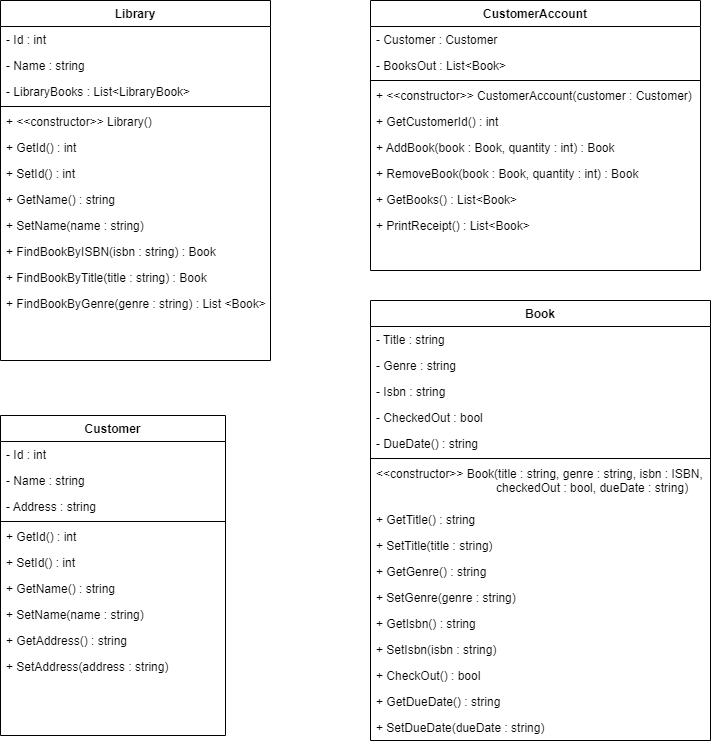
The draw.io diagram Courses/PROG1075 - Structured Project II/Modules/Module 3 - Classes and Objects  A Deeper Look/UML/A3-1-Class-Diagram.png in RyanLBuchanan/Software-Technology, before a commit. Source tidied: cells renumbered, new cells last; positions are measured from the earlier drawing's top-left corner, leaving out a move shared by most shapes.
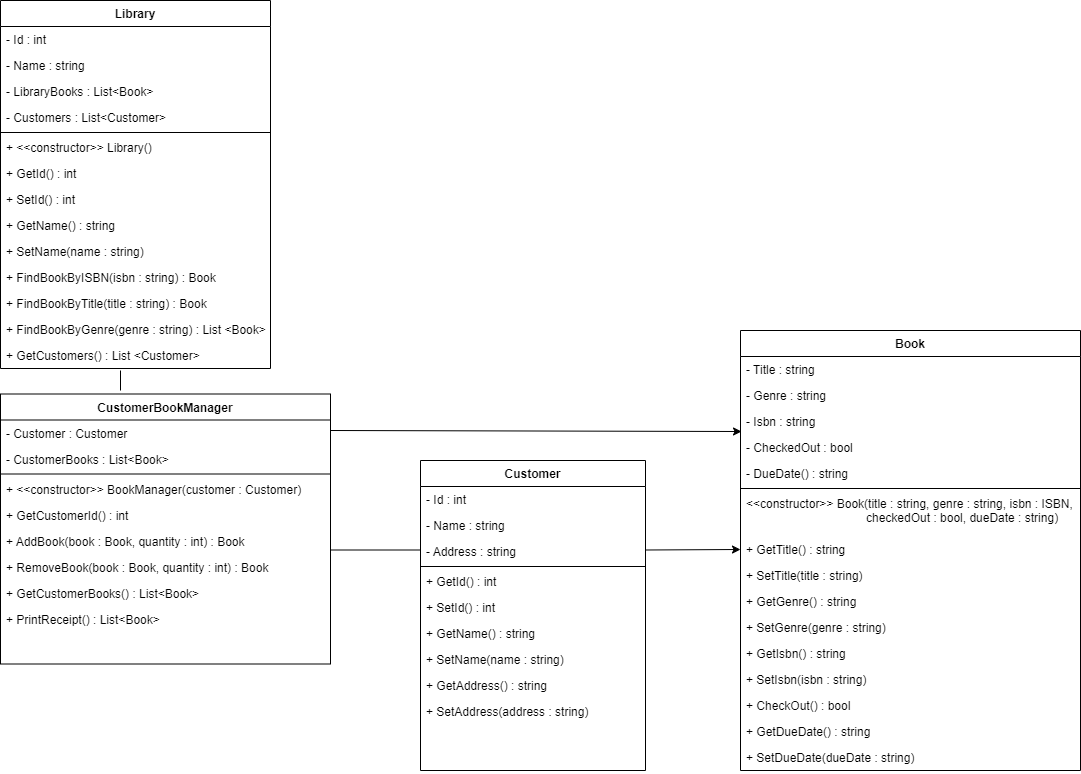
Later version of the same file.

The edit, as a diff of the source:
```diff
@@ -3,7 +3,7 @@
     <mxCell id="0" />
     <mxCell id="1" parent="0" />
     <mxCell id="2" value="Library" style="swimlane;fontStyle=1;align=center;verticalAlign=top;horizontal=1;startSize=26;rounded=0;shadow=0;strokeWidth=1;" parent="1" vertex="1">
-      <mxGeometry width="270" height="360" as="geometry" />
+      <mxGeometry y="10" width="270" height="368" as="geometry" />
     </mxCell>
     <mxCell id="3" value="- Id : int" style="text;align=left;verticalAlign=top;spacingLeft=4;spacingRight=4;overflow=hidden;" parent="2" vertex="1">
       <mxGeometry y="26" width="270" height="26" as="geometry" />
@@ -11,49 +11,61 @@
     <mxCell id="4" value="- Name : string" style="text;align=left;verticalAlign=top;spacingLeft=4;spacingRight=4;overflow=hidden;rounded=0;shadow=0;html=0;" parent="2" vertex="1">
       <mxGeometry y="52" width="270" height="26" as="geometry" />
     </mxCell>
-    <mxCell id="5" value="- LibraryBooks : List&lt;LibraryBook&gt;" style="text;align=left;verticalAlign=top;spacingLeft=4;spacingRight=4;overflow=hidden;rounded=0;shadow=0;html=0;" parent="2" vertex="1">
+    <mxCell id="5" value="- LibraryBooks : List&lt;Book&gt;" style="text;align=left;verticalAlign=top;spacingLeft=4;spacingRight=4;overflow=hidden;rounded=0;shadow=0;html=0;" parent="2" vertex="1">
       <mxGeometry y="78" width="270" height="26" as="geometry" />
     </mxCell>
+    <mxCell id="53" value="- Customers : List&lt;Customer&gt;" style="text;align=left;verticalAlign=top;spacingLeft=4;spacingRight=4;overflow=hidden;rounded=0;shadow=0;html=0;" parent="2" vertex="1">
+      <mxGeometry y="104" width="270" height="26" as="geometry" />
+    </mxCell>
     <mxCell id="6" style="line;html=1;strokeWidth=1;align=left;verticalAlign=middle;spacingTop=-1;spacingLeft=3;spacingRight=3;labelPosition=right;" parent="2" vertex="1">
-      <mxGeometry y="104" width="270" height="4" as="geometry" />
+      <mxGeometry y="130" width="270" height="4" as="geometry" />
     </mxCell>
     <mxCell id="7" value="+ &lt;&lt;constructor&gt;&gt; Library()" style="text;align=left;verticalAlign=top;spacingLeft=4;spacingRight=4;overflow=hidden;fontStyle=0;" parent="2" vertex="1">
-      <mxGeometry y="108" width="270" height="26" as="geometry" />
+      <mxGeometry y="134" width="270" height="26" as="geometry" />
     </mxCell>
     <mxCell id="8" value="+ GetId() : int" style="text;align=left;verticalAlign=top;spacingLeft=4;spacingRight=4;overflow=hidden;" parent="2" vertex="1">
-      <mxGeometry y="134" width="270" height="26" as="geometry" />
+      <mxGeometry y="160" width="270" height="26" as="geometry" />
     </mxCell>
     <mxCell id="9" value="+ SetId() : int" style="text;align=left;verticalAlign=top;spacingLeft=4;spacingRight=4;overflow=hidden;" parent="2" vertex="1">
-      <mxGeometry y="160" width="270" height="26" as="geometry" />
+      <mxGeometry y="186" width="270" height="26" as="geometry" />
     </mxCell>
     <mxCell id="10" value="+ GetName() : string" style="text;align=left;verticalAlign=top;spacingLeft=4;spacingRight=4;overflow=hidden;" parent="2" vertex="1">
-      <mxGeometry y="186" width="270" height="26" as="geometry" />
+      <mxGeometry y="212" width="270" height="26" as="geometry" />
     </mxCell>
     <mxCell id="11" value="+ SetName(name : string) " style="text;align=left;verticalAlign=top;spacingLeft=4;spacingRight=4;overflow=hidden;" parent="2" vertex="1">
-      <mxGeometry y="212" width="270" height="26" as="geometry" />
+      <mxGeometry y="238" width="270" height="26" as="geometry" />
     </mxCell>
     <mxCell id="12" value="+ FindBookByISBN(isbn : string) : Book " style="text;align=left;verticalAlign=top;spacingLeft=4;spacingRight=4;overflow=hidden;" parent="2" vertex="1">
-      <mxGeometry y="238" width="270" height="26" as="geometry" />
+      <mxGeometry y="264" width="270" height="26" as="geometry" />
     </mxCell>
     <mxCell id="13" value="+ FindBookByTitle(title : string) : Book " style="text;align=left;verticalAlign=top;spacingLeft=4;spacingRight=4;overflow=hidden;" parent="2" vertex="1">
-      <mxGeometry y="264" width="270" height="26" as="geometry" />
+      <mxGeometry y="290" width="270" height="26" as="geometry" />
     </mxCell>
     <mxCell id="14" value="+ FindBookByGenre(genre : string) : List &lt;Book&gt;" style="text;align=left;verticalAlign=top;spacingLeft=4;spacingRight=4;overflow=hidden;" parent="2" vertex="1">
-      <mxGeometry y="290" width="270" height="26" as="geometry" />
+      <mxGeometry y="316" width="270" height="26" as="geometry" />
     </mxCell>
+    <mxCell id="54" value="+ GetCustomers() : List &lt;Customer&gt;" style="text;align=left;verticalAlign=top;spacingLeft=4;spacingRight=4;overflow=hidden;" parent="2" vertex="1">
+      <mxGeometry y="342" width="270" height="26" as="geometry" />
+    </mxCell>
+    <mxCell id="55" style="endArrow=none;html=1;rounded=0;" parent="2" edge="1">
+      <mxGeometry relative="1" as="geometry">
+        <mxPoint x="120" y="390" as="sourcePoint" />
+        <mxPoint x="120" y="370" as="targetPoint" />
+      </mxGeometry>
+    </mxCell>
-    <mxCell id="15" value="CustomerAccount" style="swimlane;fontStyle=1;align=center;verticalAlign=top;horizontal=1;startSize=26;rounded=0;shadow=0;strokeWidth=1;" parent="1" vertex="1">
-      <mxGeometry x="370" width="330" height="270" as="geometry" />
+    <mxCell id="15" value="CustomerBookManager" style="swimlane;fontStyle=1;align=center;verticalAlign=top;horizontal=1;startSize=26;rounded=0;shadow=0;strokeWidth=1;" parent="1" vertex="1">
+      <mxGeometry y="403.5" width="330" height="270" as="geometry" />
     </mxCell>
     <mxCell id="16" value="- Customer : Customer" style="text;align=left;verticalAlign=top;spacingLeft=4;spacingRight=4;overflow=hidden;" parent="15" vertex="1">
       <mxGeometry y="26" width="330" height="26" as="geometry" />
     </mxCell>
-    <mxCell id="17" value="- BooksOut : List&lt;Book&gt;" style="text;align=left;verticalAlign=top;spacingLeft=4;spacingRight=4;overflow=hidden;rounded=0;shadow=0;html=0;" parent="15" vertex="1">
+    <mxCell id="17" value="- CustomerBooks : List&lt;Book&gt;" style="text;align=left;verticalAlign=top;spacingLeft=4;spacingRight=4;overflow=hidden;rounded=0;shadow=0;html=0;" parent="15" vertex="1">
       <mxGeometry y="52" width="330" height="26" as="geometry" />
     </mxCell>
     <mxCell id="18" style="line;html=1;strokeWidth=1;align=left;verticalAlign=middle;spacingTop=-1;spacingLeft=3;spacingRight=3;labelPosition=right;" parent="15" vertex="1">
       <mxGeometry y="78" width="330" height="4" as="geometry" />
     </mxCell>
-    <mxCell id="19" value="+ &lt;&lt;constructor&gt;&gt; CustomerAccount(customer : Customer)" style="text;align=left;verticalAlign=top;spacingLeft=4;spacingRight=4;overflow=hidden;fontStyle=0;" parent="15" vertex="1">
+    <mxCell id="19" value="+ &lt;&lt;constructor&gt;&gt; BookManager(customer : Customer)" style="text;align=left;verticalAlign=top;spacingLeft=4;spacingRight=4;overflow=hidden;fontStyle=0;" parent="15" vertex="1">
       <mxGeometry y="82" width="330" height="26" as="geometry" />
     </mxCell>
     <mxCell id="20" value="+ GetCustomerId() : int" style="text;align=left;verticalAlign=top;spacingLeft=4;spacingRight=4;overflow=hidden;" parent="15" vertex="1">
@@ -65,14 +77,14 @@
     <mxCell id="22" value="+ RemoveBook(book : Book, quantity : int) : Book " style="text;align=left;verticalAlign=top;spacingLeft=4;spacingRight=4;overflow=hidden;" parent="15" vertex="1">
       <mxGeometry y="160" width="330" height="26" as="geometry" />
     </mxCell>
-    <mxCell id="23" value="+ GetBooks() : List&lt;Book&gt;" style="text;align=left;verticalAlign=top;spacingLeft=4;spacingRight=4;overflow=hidden;" parent="15" vertex="1">
+    <mxCell id="23" value="+ GetCustomerBooks() : List&lt;Book&gt;" style="text;align=left;verticalAlign=top;spacingLeft=4;spacingRight=4;overflow=hidden;" parent="15" vertex="1">
       <mxGeometry y="186" width="330" height="26" as="geometry" />
     </mxCell>
     <mxCell id="24" value="+ PrintReceipt() : List&lt;Book&gt;" style="text;align=left;verticalAlign=top;spacingLeft=4;spacingRight=4;overflow=hidden;" parent="15" vertex="1">
       <mxGeometry y="212" width="330" height="26" as="geometry" />
     </mxCell>
     <mxCell id="25" value="Customer" style="swimlane;fontStyle=1;align=center;verticalAlign=top;horizontal=1;startSize=26;rounded=0;shadow=0;strokeWidth=1;" parent="1" vertex="1">
-      <mxGeometry y="415" width="225" height="320" as="geometry" />
+      <mxGeometry x="420" y="470" width="225" height="310" as="geometry" />
     </mxCell>
     <mxCell id="26" value="- Id : int" style="text;align=left;verticalAlign=top;spacingLeft=4;spacingRight=4;overflow=hidden;" parent="25" vertex="1">
       <mxGeometry y="26" width="225" height="26" as="geometry" />
@@ -105,7 +117,7 @@
       <mxGeometry y="238" width="225" height="26" as="geometry" />
     </mxCell>
     <mxCell id="36" value="Book" style="swimlane;fontStyle=1;align=center;verticalAlign=top;horizontal=1;startSize=26;rounded=0;shadow=0;strokeWidth=1;" parent="1" vertex="1">
-      <mxGeometry x="370" y="300" width="340" height="440" as="geometry" />
+      <mxGeometry x="740" y="340" width="340" height="440" as="geometry" />
     </mxCell>
     <mxCell id="37" value="- Title : string" style="text;align=left;verticalAlign=top;spacingLeft=4;spacingRight=4;overflow=hidden;rounded=0;shadow=0;html=0;" parent="36" vertex="1">
       <mxGeometry y="26" width="340" height="26" as="geometry" />
@@ -155,5 +167,21 @@
     <mxCell id="52" value="+ SetDueDate(dueDate : string) " style="text;align=left;verticalAlign=top;spacingLeft=4;spacingRight=4;overflow=hidden;" parent="36" vertex="1">
       <mxGeometry y="414" width="340" height="26" as="geometry" />
     </mxCell>
+    <mxCell id="56" style="endArrow=classic;html=1;rounded=0;entryX=0;entryY=0.5;entryDx=0;entryDy=0;" parent="1" edge="1" target="44">
+      <mxGeometry relative="1" as="geometry">
+        <mxPoint x="645" y="559.5" as="sourcePoint" />
+      </mxGeometry>
+    </mxCell>
+    <mxCell id="57" style="endArrow=none;html=1;rounded=0;" parent="1" edge="1">
+      <mxGeometry relative="1" as="geometry">
+        <mxPoint x="330" y="559.5" as="sourcePoint" />
+        <mxPoint x="420" y="559.5" as="targetPoint" />
+      </mxGeometry>
+    </mxCell>
+    <mxCell id="58" style="endArrow=classic;html=1;rounded=0;entryX=0.003;entryY=-0.115;entryDx=0;entryDy=0;entryPerimeter=0;" parent="1" edge="1" target="40">
+      <mxGeometry relative="1" as="geometry">
+        <mxPoint x="330" y="440" as="sourcePoint" />
+      </mxGeometry>
+    </mxCell>
   </root>
 </mxGraphModel>
```
